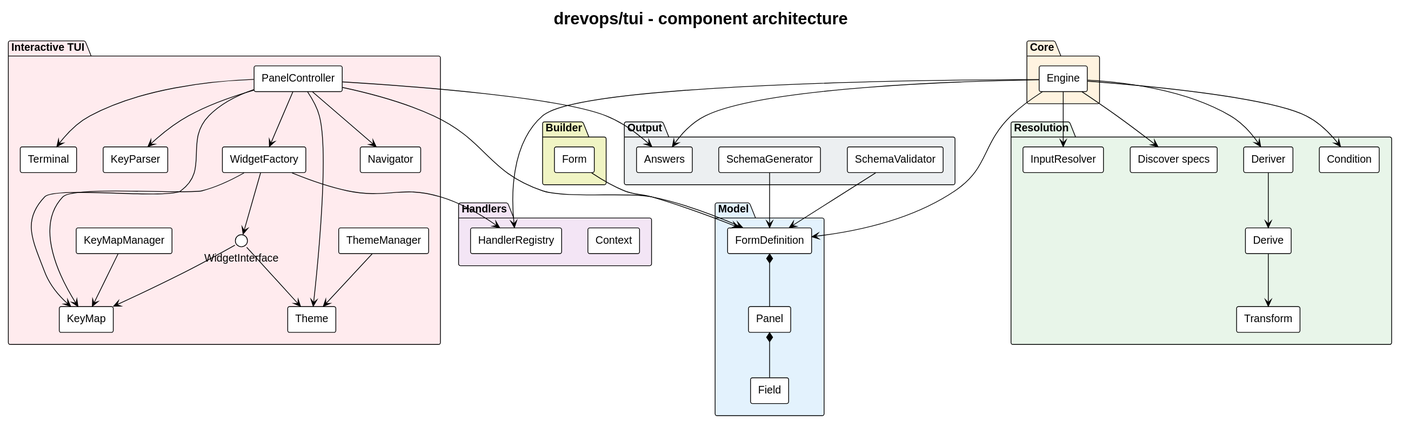
This is docs/architecture/architecture.svg from drevops/tui, a PlantUML export, as it was before one commit.
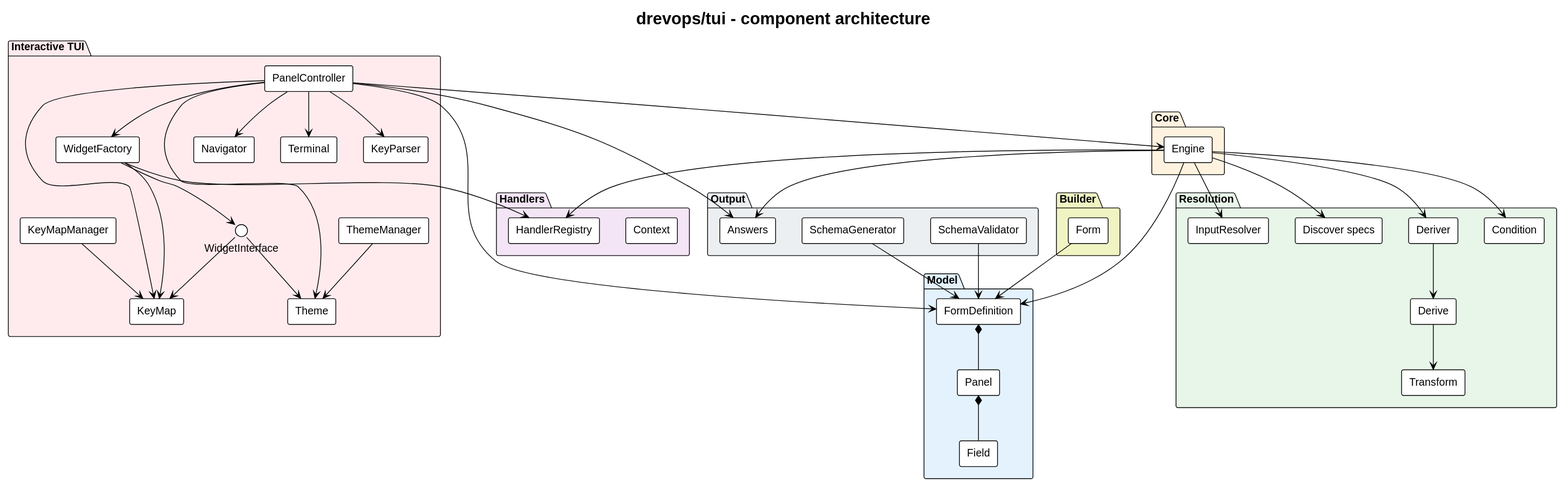
After the commit.

What changed in the source:
```diff
@@ -71,6 +71,7 @@
 [SchemaValidator] --> [FormDefinition]
 
 [PanelController] --> [FormDefinition]
+[PanelController] --> [Engine]
 [ThemeManager] --> [Theme]
 [PanelController] --> [Theme]
 [KeyMapManager] --> [KeyMap]
```
